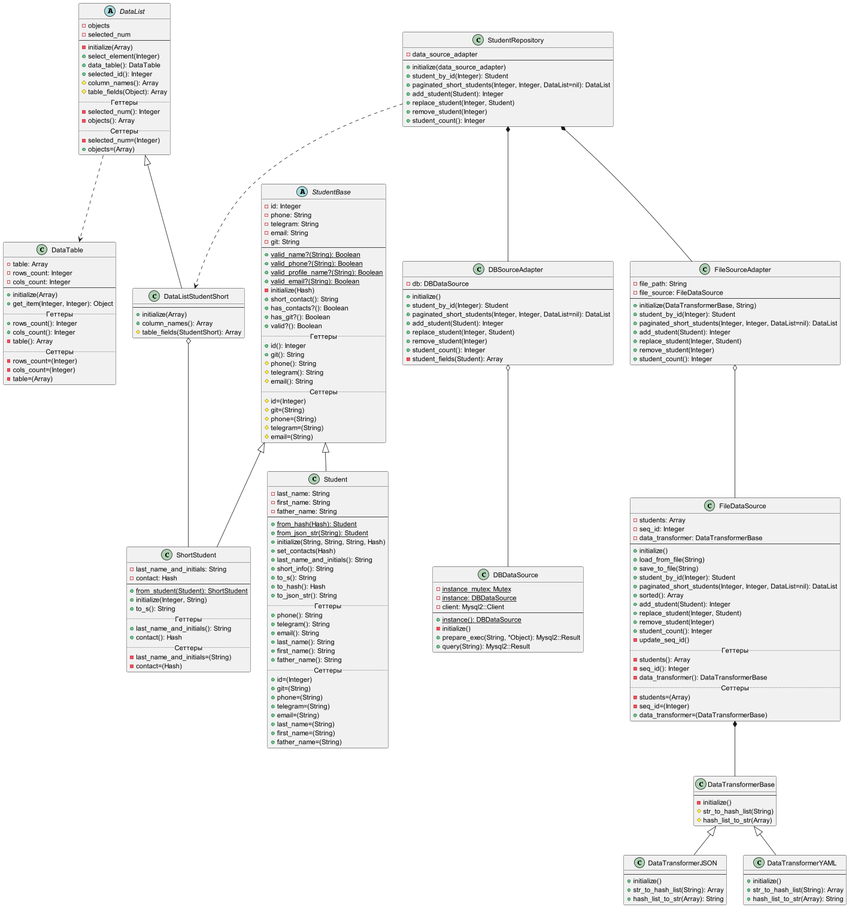
Earlier version of the PlantUML export Diagrams/lab2.png (r1411/PatternsLabs).
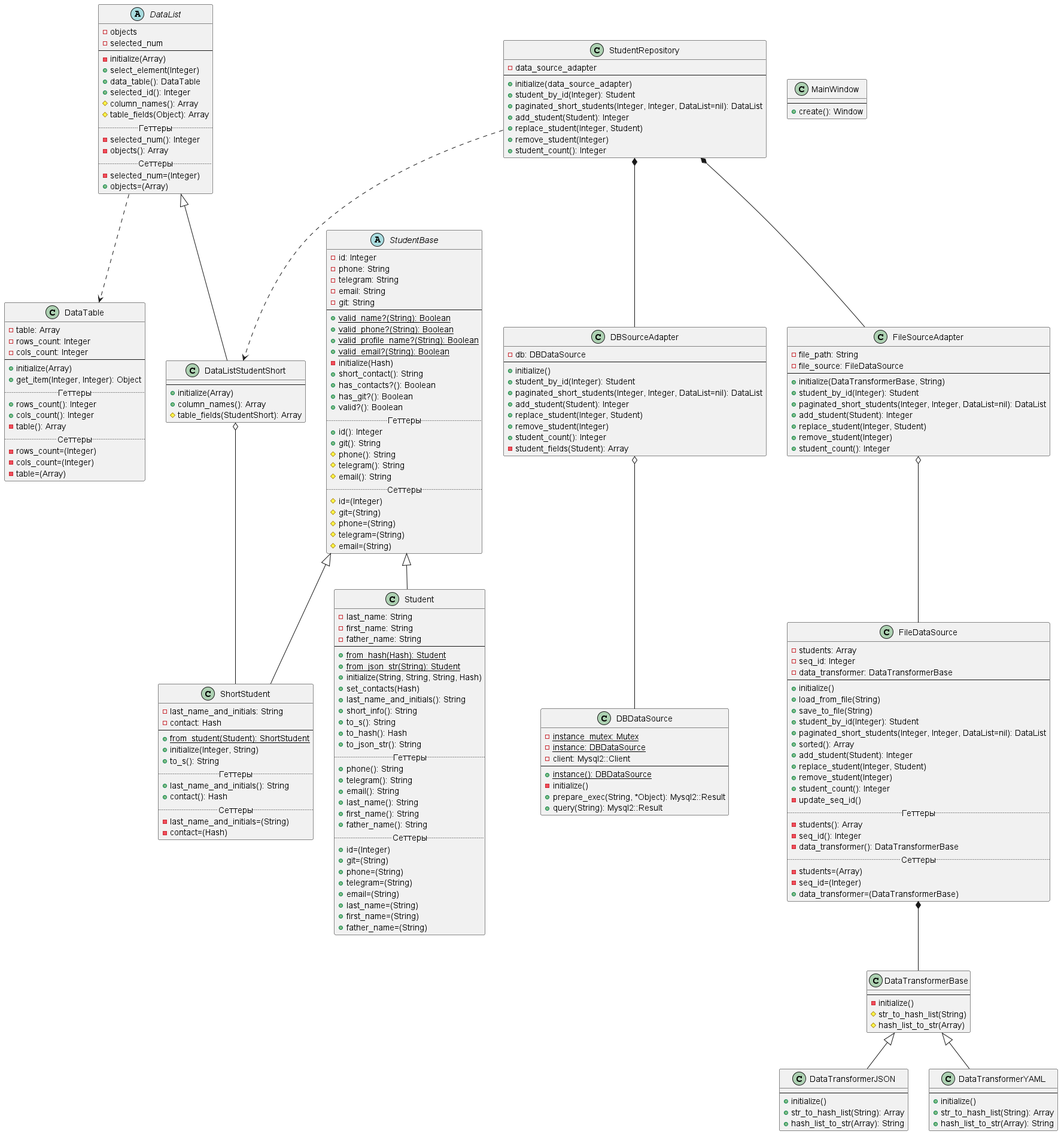
After the change.

Change to the diagram source:
```diff
@@ -224,4 +224,9 @@
     +student_count(): Integer
 }
 
+class MainWindow {
+    --
+    +create(): Window
+}
+
 @enduml
```
